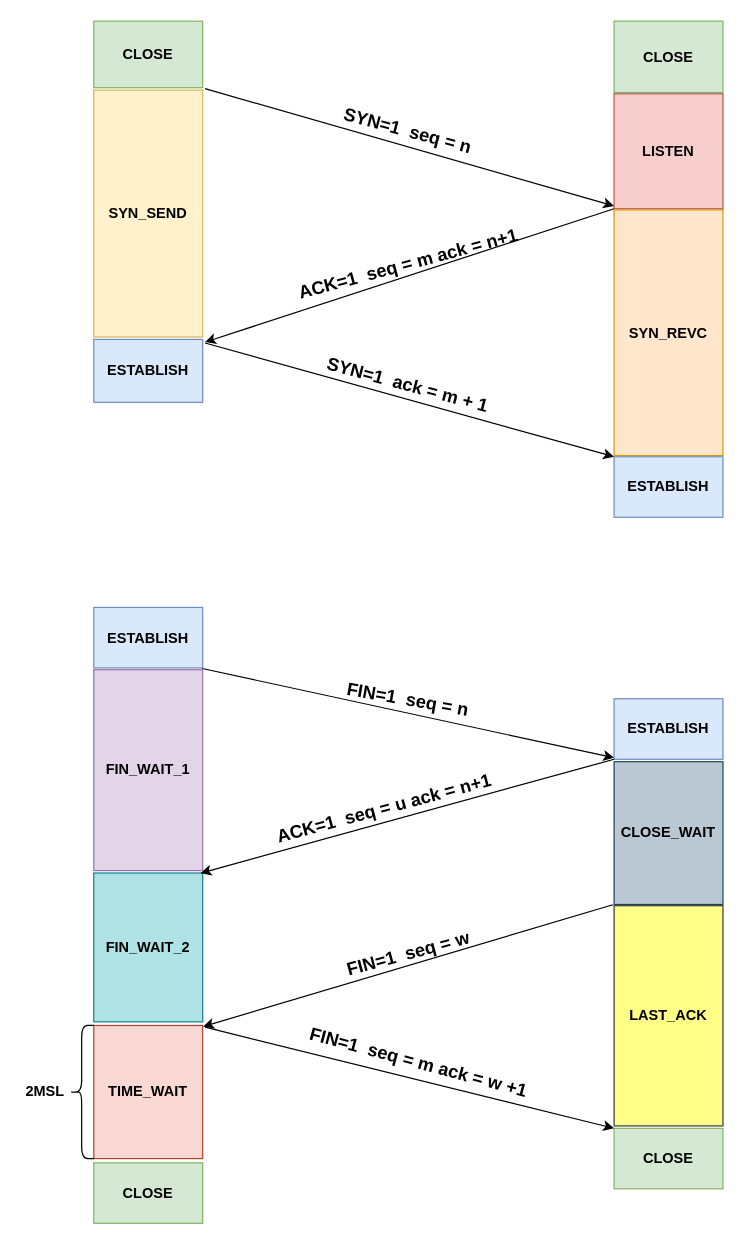
Before: network.drawio in yankooo/draw.io, a draw.io diagram. Source tidied: cells renumbered, new cells numbered last; positions are measured from the earlier drawing's top-left corner, leaving out a move shared by most shapes. Both pictures are drawn from the tidied source at 121%, with x=0, y=0 at pixel (21, 21).
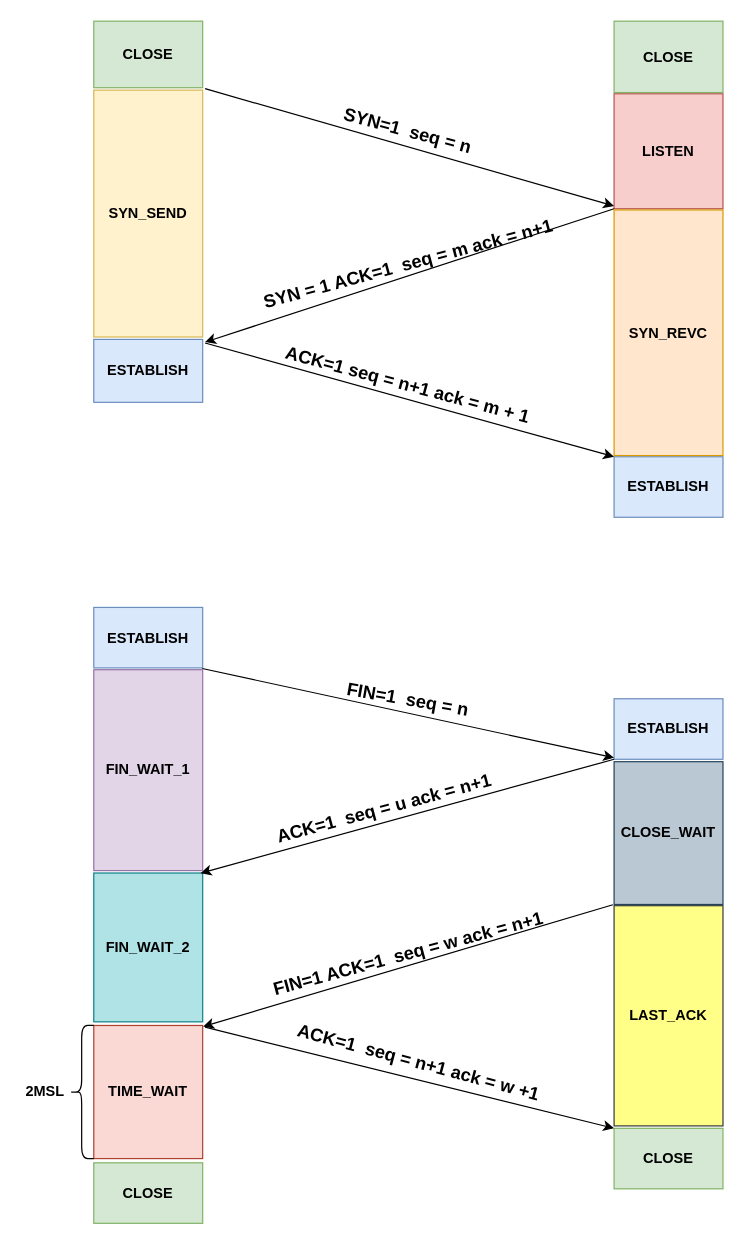
After the change.

The edit, as a diff of the source:
```diff
@@
-    <mxCell id="26" value="&lt;span style=&quot;white-space: nowrap; font-size: 15px;&quot;&gt;ACK=1&amp;nbsp; seq = m ack = n+1&lt;/span&gt;" style="text;html=1;strokeColor=none;fillColor=none;align=center;verticalAlign=middle;whiteSpace=wrap;rounded=0;rotation=-15;fontStyle=1;fontSize=15;" parent="1" vertex="1">
+    <mxCell id="26" value="&lt;span style=&quot;white-space: nowrap ; font-size: 15px&quot;&gt;SYN = 1 ACK=1&amp;nbsp; seq = m ack = n+1&lt;/span&gt;" style="text;html=1;strokeColor=none;fillColor=none;align=center;verticalAlign=middle;whiteSpace=wrap;rounded=0;rotation=-15;fontStyle=1;fontSize=15;" parent="1" vertex="1">
       <mxGeometry x="300" y="190" width="40" height="20" as="geometry" />
     </mxCell>
-    <mxCell id="27" value="&lt;span style=&quot;white-space: nowrap; font-size: 15px;&quot;&gt;SYN=1&amp;nbsp; ack = m + 1&lt;/span&gt;" style="text;html=1;strokeColor=none;fillColor=none;align=center;verticalAlign=middle;whiteSpace=wrap;rounded=0;rotation=15;fontStyle=1;fontSize=15;" parent="1" vertex="1">
+    <mxCell id="27" value="&lt;span style=&quot;white-space: nowrap ; font-size: 15px&quot;&gt;ACK=1 seq = n+1 ack = m + 1&lt;/span&gt;" style="text;html=1;strokeColor=none;fillColor=none;align=center;verticalAlign=middle;whiteSpace=wrap;rounded=0;rotation=15;fontStyle=1;fontSize=15;" parent="1" vertex="1">
       <mxGeometry x="300" y="290" width="40" height="20" as="geometry" />
     </mxCell>
@@
-    <mxCell id="30" value="&lt;span style=&quot;white-space: nowrap; font-size: 15px;&quot;&gt;FIN=1&amp;nbsp; seq = w&lt;/span&gt;" style="text;html=1;strokeColor=none;fillColor=none;align=center;verticalAlign=middle;whiteSpace=wrap;rounded=0;rotation=-15;fontStyle=1;fontSize=15;" parent="1" vertex="1">
+    <mxCell id="30" value="&lt;span style=&quot;white-space: nowrap ; font-size: 15px&quot;&gt;FIN=1 ACK=1&amp;nbsp; seq = w ack = n+1&lt;/span&gt;" style="text;html=1;strokeColor=none;fillColor=none;align=center;verticalAlign=middle;whiteSpace=wrap;rounded=0;rotation=-15;fontStyle=1;fontSize=15;" parent="1" vertex="1">
       <mxGeometry x="300" y="760" width="40" height="20" as="geometry" />
     </mxCell>
-    <mxCell id="31" value="&lt;span style=&quot;white-space: nowrap; font-size: 15px;&quot;&gt;FIN=1&amp;nbsp; seq = m ack = w +1&lt;/span&gt;" style="text;html=1;strokeColor=none;fillColor=none;align=center;verticalAlign=middle;whiteSpace=wrap;rounded=0;rotation=15;fontStyle=1;fontSize=15;" parent="1" vertex="1">
+    <mxCell id="31" value="&lt;span style=&quot;white-space: nowrap ; font-size: 15px&quot;&gt;ACK=1&amp;nbsp; seq = n+1 ack = w +1&lt;/span&gt;" style="text;html=1;strokeColor=none;fillColor=none;align=center;verticalAlign=middle;whiteSpace=wrap;rounded=0;rotation=15;fontStyle=1;fontSize=15;" parent="1" vertex="1">
       <mxGeometry x="269" y="850" width="120" height="20" as="geometry" />
     </mxCell>
```
